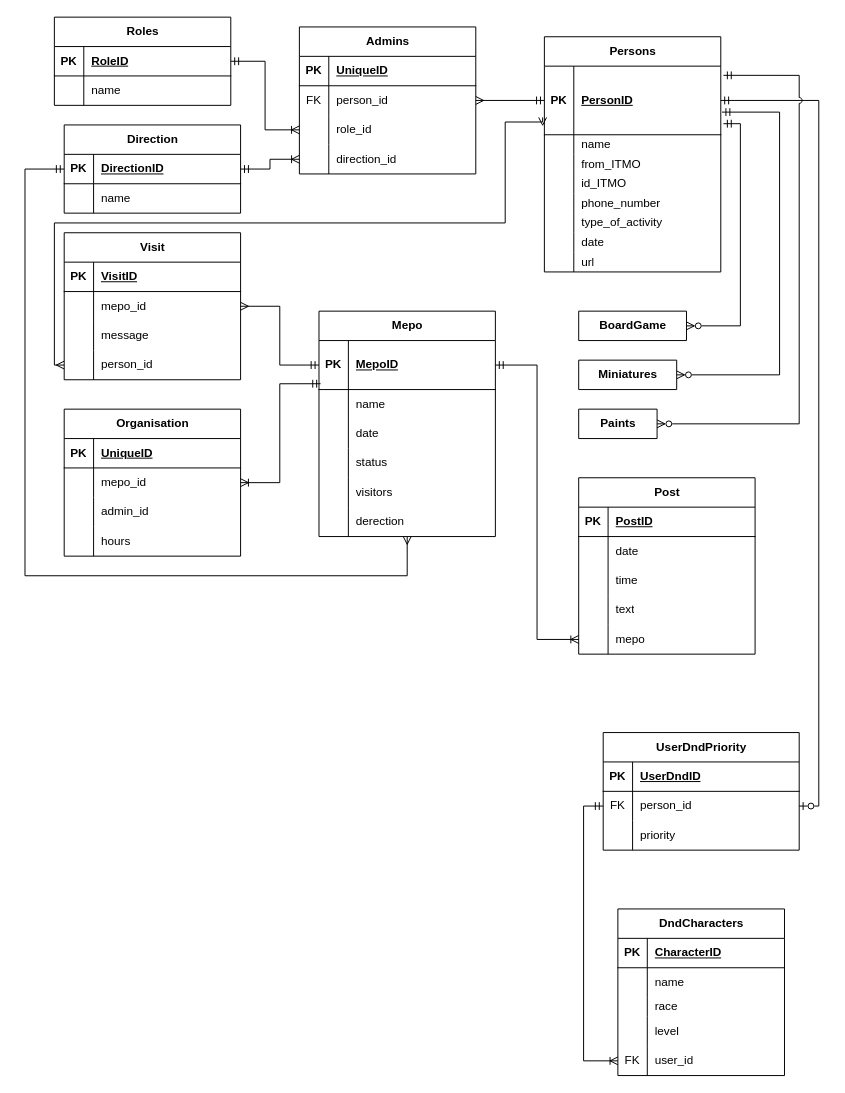
Earlier version of the draw.io diagram venv/Scripts/Тест.drawio (GooDDoGGoD/blog). Source tidied: cells renumbered, new cells numbered last; positions are measured from the earlier drawing's top-left corner, leaving out a move shared by most shapes. Both pictures are drawn from the tidied source at 98%, with x=0, y=0 at pixel (24, 17).
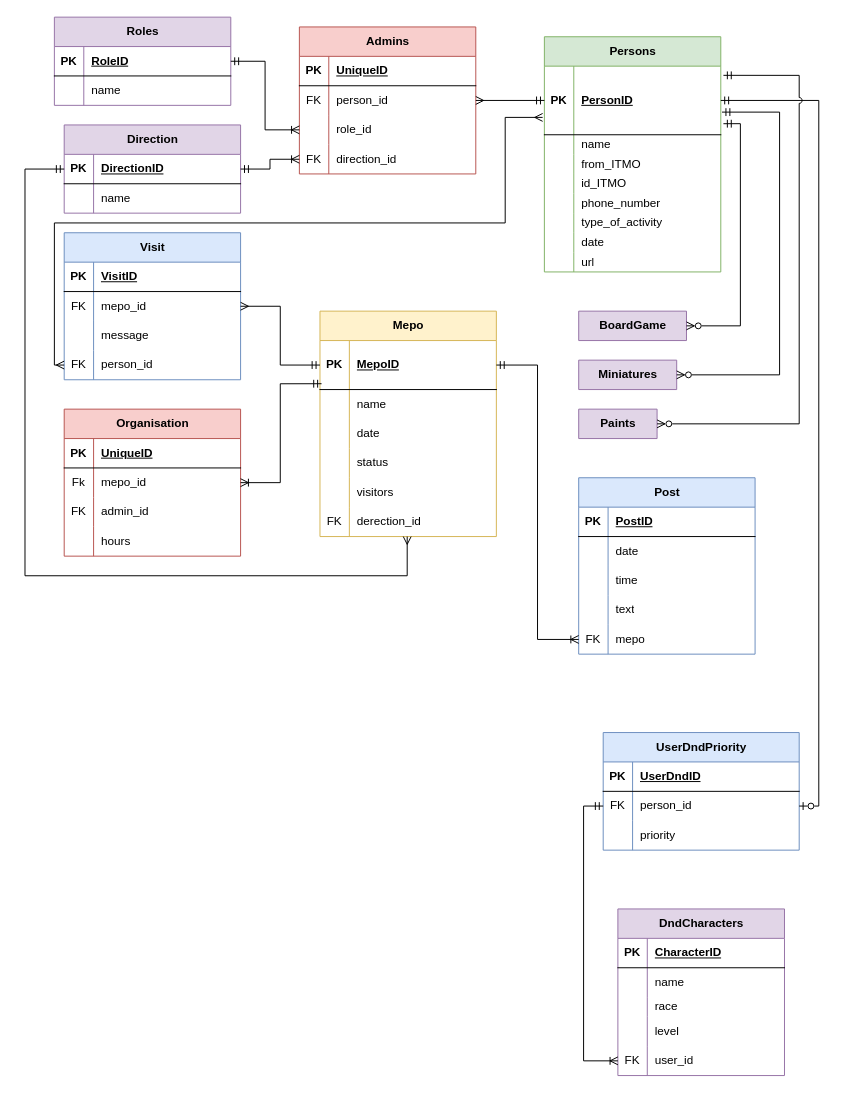
After the change.

Unchanged cells that the change refers to:
```xml
<mxCell id="29" style="shape=tableRow;horizontal=0;startSize=0;swimlaneHead=0;swimlaneBody=0;fillColor=none;points=[[0,0.5],[1,0.5]];portConstraint=eastwest;top=0;left=0;right=0;bottom=1;" parent="28" vertex="1">
  <mxGeometry y="30" width="180" height="70" as="geometry" />
</mxCell>
<mxCell id="70" style="shape=tableRow;horizontal=0;startSize=0;swimlaneHead=0;swimlaneBody=0;fillColor=none;points=[[0,0.5],[1,0.5]];portConstraint=eastwest;top=0;left=0;right=0;bottom=0;" parent="60" vertex="1">
  <mxGeometry y="120" width="180" height="30" as="geometry" />
</mxCell>
<mxCell id="88" style="shape=tableRow;horizontal=0;startSize=0;swimlaneHead=0;swimlaneBody=0;fillColor=none;points=[[0,0.5],[1,0.5]];portConstraint=eastwest;top=0;left=0;right=0;bottom=0;" parent="84" vertex="1">
  <mxGeometry y="60" width="180" height="30" as="geometry" />
</mxCell>
<mxCell id="94" style="shape=tableRow;horizontal=0;startSize=0;swimlaneHead=0;swimlaneBody=0;fillColor=none;points=[[0,0.5],[1,0.5]];portConstraint=eastwest;top=0;left=0;right=0;bottom=0;" parent="84" vertex="1">
  <mxGeometry y="120" width="180" height="30" as="geometry" />
</mxCell>
<mxCell id="113" style="shape=tableRow;horizontal=0;startSize=0;swimlaneHead=0;swimlaneBody=0;fillColor=none;points=[[0,0.5],[1,0.5]];portConstraint=eastwest;top=0;left=0;right=0;bottom=0;" parent="97" vertex="1">
  <mxGeometry y="200" width="180" height="30" as="geometry" />
</mxCell>
<mxCell id="124" style="shape=tableRow;horizontal=0;startSize=0;swimlaneHead=0;swimlaneBody=0;fillColor=none;points=[[0,0.5],[1,0.5]];portConstraint=eastwest;top=0;left=0;right=0;bottom=0;" parent="120" vertex="1">
  <mxGeometry y="60" width="180" height="30" as="geometry" />
</mxCell>
<mxCell id="127" style="shape=tableRow;horizontal=0;startSize=0;swimlaneHead=0;swimlaneBody=0;fillColor=none;top=0;left=0;right=0;bottom=0;" parent="120" vertex="1">
  <mxGeometry y="90" width="180" height="30" as="geometry" />
</mxCell>
<mxCell id="150" style="shape=tableRow;horizontal=0;startSize=0;swimlaneHead=0;swimlaneBody=0;fillColor=none;points=[[0,0.5],[1,0.5]];portConstraint=eastwest;top=0;left=0;right=0;bottom=0;" parent="137" vertex="1">
  <mxGeometry y="150" width="180" height="30" as="geometry" />
</mxCell>
```

The edit, as a diff of the source:
```diff
@@
-    <mxCell id="2" value="UserDndPriority" style="shape=table;startSize=30;childLayout=tableLayout;rowLines=0;fontStyle=1;align=center;html=1;" parent="1" vertex="1">
+    <mxCell id="2" value="UserDndPriority" style="shape=table;startSize=30;childLayout=tableLayout;rowLines=0;fontStyle=1;align=center;html=1;fillColor=#dae8fc;strokeColor=#6c8ebf;" parent="1" vertex="1">
       <mxGeometry x="590" y="730" width="200" height="120" as="geometry" />
     </mxCell>
@@
-    <mxCell id="12" value="DndCharacters" style="shape=table;startSize=30;childLayout=tableLayout;rowLines=0;fontStyle=1;align=center;html=1;" parent="1" vertex="1">
+    <mxCell id="12" value="DndCharacters" style="shape=table;startSize=30;childLayout=tableLayout;rowLines=0;fontStyle=1;align=center;html=1;fillColor=#e1d5e7;strokeColor=#9673a6;" parent="1" vertex="1">
       <mxGeometry x="605" y="910" width="170" height="170" as="geometry" />
     </mxCell>
@@
-    <mxCell id="28" value="Persons" style="shape=table;startSize=30;childLayout=tableLayout;rowLines=0;fontStyle=1;align=center;html=1;" parent="1" vertex="1">
+    <mxCell id="28" value="Persons" style="shape=table;startSize=30;childLayout=tableLayout;rowLines=0;fontStyle=1;align=center;html=1;fillColor=#d5e8d4;strokeColor=#82b366;" parent="1" vertex="1">
       <mxGeometry x="530" y="20" width="180" height="240" as="geometry" />
     </mxCell>
@@
-    <mxCell id="53" value="Roles" style="shape=table;startSize=30;childLayout=tableLayout;rowLines=0;fontStyle=1;align=center;html=1;" parent="1" vertex="1">
+    <mxCell id="53" value="Roles" style="shape=table;startSize=30;childLayout=tableLayout;rowLines=0;fontStyle=1;align=center;html=1;fillColor=#e1d5e7;strokeColor=#9673a6;" parent="1" vertex="1">
       <mxGeometry x="30" width="180" height="90" as="geometry" />
     </mxCell>
@@
-    <mxCell id="60" value="Admins" style="shape=table;startSize=30;childLayout=tableLayout;rowLines=0;fontStyle=1;align=center;html=1;" parent="1" vertex="1">
+    <mxCell id="60" value="Admins" style="shape=table;startSize=30;childLayout=tableLayout;rowLines=0;fontStyle=1;align=center;html=1;fillColor=#f8cecc;strokeColor=#b85450;" parent="1" vertex="1">
       <mxGeometry x="280" y="10" width="180" height="150" as="geometry" />
     </mxCell>
@@
-    <mxCell id="71" style="shape=partialRectangle;fillColor=none;top=0;left=0;bottom=0;right=0;overflow=hidden;whiteSpace=wrap;html=1;" parent="70" vertex="1">
+    <mxCell id="71" value="FK" style="shape=partialRectangle;fillColor=none;top=0;left=0;bottom=0;right=0;overflow=hidden;whiteSpace=wrap;html=1;" parent="70" vertex="1">
       <mxGeometry width="30" height="30" as="geometry" />
     </mxCell>
@@
-    <mxCell id="73" value="Direction" style="shape=table;startSize=30;childLayout=tableLayout;rowLines=0;fontStyle=1;align=center;html=1;" parent="1" vertex="1">
+    <mxCell id="73" value="Direction" style="shape=table;startSize=30;childLayout=tableLayout;rowLines=0;fontStyle=1;align=center;html=1;fillColor=#e1d5e7;strokeColor=#9673a6;" parent="1" vertex="1">
       <mxGeometry x="40" y="110" width="180" height="90" as="geometry" />
     </mxCell>
@@
-    <mxCell id="84" value="Visit" style="shape=table;startSize=30;childLayout=tableLayout;rowLines=0;fontStyle=1;align=center;html=1;" parent="1" vertex="1">
+    <mxCell id="84" value="Visit" style="shape=table;startSize=30;childLayout=tableLayout;rowLines=0;fontStyle=1;align=center;html=1;fillColor=#dae8fc;strokeColor=#6c8ebf;" parent="1" vertex="1">
       <mxGeometry x="40" y="220" width="180" height="150" as="geometry" />
     </mxCell>
@@
-    <mxCell id="89" style="shape=partialRectangle;fillColor=none;top=0;left=0;bottom=0;right=0;overflow=hidden;whiteSpace=wrap;html=1;" parent="88" vertex="1">
+    <mxCell id="89" value="FK" style="shape=partialRectangle;fillColor=none;top=0;left=0;bottom=0;right=0;overflow=hidden;whiteSpace=wrap;html=1;" parent="88" vertex="1">
       <mxGeometry width="30" height="30" as="geometry" />
     </mxCell>
@@
-    <mxCell id="95" style="shape=partialRectangle;fillColor=none;top=0;left=0;bottom=0;right=0;overflow=hidden;whiteSpace=wrap;html=1;" parent="94" vertex="1">
+    <mxCell id="95" value="FK" style="shape=partialRectangle;fillColor=none;top=0;left=0;bottom=0;right=0;overflow=hidden;whiteSpace=wrap;html=1;" parent="94" vertex="1">
       <mxGeometry width="30" height="30" as="geometry" />
     </mxCell>
@@
-    <mxCell id="97" value="Mepo" style="shape=table;startSize=30;childLayout=tableLayout;rowLines=0;fontStyle=1;align=center;html=1;" parent="1" vertex="1">
-      <mxGeometry x="300" y="300" width="180" height="230" as="geometry" />
+    <mxCell id="97" value="Mepo" style="shape=table;startSize=30;childLayout=tableLayout;rowLines=0;fontStyle=1;align=center;html=1;fillColor=#fff2cc;strokeColor=#d6b656;" parent="1" vertex="1">
+      <mxGeometry x="301" y="300" width="180" height="230" as="geometry" />
     </mxCell>
@@
-    <mxCell id="114" style="shape=partialRectangle;fillColor=none;top=0;left=0;bottom=0;right=0;overflow=hidden;whiteSpace=wrap;html=1;" parent="113" vertex="1">
+    <mxCell id="114" value="FK" style="shape=partialRectangle;fillColor=none;top=0;left=0;bottom=0;right=0;overflow=hidden;whiteSpace=wrap;html=1;" parent="113" vertex="1">
       <mxGeometry width="30" height="30" as="geometry" />
     </mxCell>
-    <mxCell id="115" value="derection" style="shape=partialRectangle;fillColor=none;top=0;left=0;bottom=0;right=0;align=left;spacingLeft=6;overflow=hidden;whiteSpace=wrap;html=1;" parent="113" vertex="1">
+    <mxCell id="115" value="derection_id" style="shape=partialRectangle;fillColor=none;top=0;left=0;bottom=0;right=0;align=left;spacingLeft=6;overflow=hidden;whiteSpace=wrap;html=1;" parent="113" vertex="1">
       <mxGeometry x="30" width="150" height="30" as="geometry" />
     </mxCell>
@@
     <mxCell id="117" style="edgeStyle=orthogonalEdgeStyle;rounded=0;jettySize=auto;html=1;entryX=-0.01;entryY=0.747;entryDx=0;entryDy=0;entryPerimeter=0;startArrow=ERmany;startFill=0;endArrow=ERmany;endFill=0;jumpStyle=arc;" parent="1" edge="1" source="94" target="29">
       <mxGeometry relative="1" as="geometry">
         <Array as="points">
           <mxPoint x="30" y="355" />
           <mxPoint x="30" y="210" />
           <mxPoint x="490" y="210" />
-          <mxPoint x="490" y="107" />
+          <mxPoint x="490" y="102" />
+          <mxPoint x="528" y="102" />
         </Array>
       </mxGeometry>
     </mxCell>
@@
-    <mxCell id="120" value="Organisation" style="shape=table;startSize=30;childLayout=tableLayout;rowLines=0;fontStyle=1;align=center;html=1;" parent="1" vertex="1">
+    <mxCell id="120" value="Organisation" style="shape=table;startSize=30;childLayout=tableLayout;rowLines=0;fontStyle=1;align=center;html=1;fillColor=#f8cecc;strokeColor=#b85450;" parent="1" vertex="1">
       <mxGeometry x="40" y="400" width="180" height="150" as="geometry" />
     </mxCell>
@@
-    <mxCell id="125" style="shape=partialRectangle;fillColor=none;top=0;left=0;bottom=0;right=0;overflow=hidden;whiteSpace=wrap;html=1;" parent="124" vertex="1">
+    <mxCell id="125" value="Fk" style="shape=partialRectangle;fillColor=none;top=0;left=0;bottom=0;right=0;overflow=hidden;whiteSpace=wrap;html=1;" parent="124" vertex="1">
       <mxGeometry width="30" height="30" as="geometry" />
     </mxCell>
@@
-    <mxCell id="128" style="shape=partialRectangle;fillColor=none;top=0;left=0;bottom=0;right=0;overflow=hidden;whiteSpace=wrap;html=1;" parent="127" vertex="1">
+    <mxCell id="128" value="FK" style="shape=partialRectangle;fillColor=none;top=0;left=0;bottom=0;right=0;overflow=hidden;whiteSpace=wrap;html=1;" parent="127" vertex="1">
       <mxGeometry width="30" height="30" as="geometry" />
     </mxCell>
@@
-    <mxCell id="134" value="BoardGame" style="shape=table;startSize=30;childLayout=tableLayout;rowLines=0;fontStyle=1;align=center;html=1;" parent="1" vertex="1" collapsed="1">
+    <mxCell id="134" value="BoardGame" style="shape=table;startSize=30;childLayout=tableLayout;rowLines=0;fontStyle=1;align=center;html=1;fillColor=#e1d5e7;strokeColor=#9673a6;" parent="1" vertex="1" collapsed="1">
       <mxGeometry x="565" y="300" width="110" height="30" as="geometry" />
     </mxCell>
-    <mxCell id="135" value="Miniatures" style="shape=table;startSize=30;childLayout=tableLayout;rowLines=0;fontStyle=1;align=center;html=1;" parent="1" vertex="1" collapsed="1">
+    <mxCell id="135" value="Miniatures" style="shape=table;startSize=30;childLayout=tableLayout;rowLines=0;fontStyle=1;align=center;html=1;fillColor=#e1d5e7;strokeColor=#9673a6;" parent="1" vertex="1" collapsed="1">
       <mxGeometry x="565" y="350" width="100" height="30" as="geometry" />
     </mxCell>
-    <mxCell id="136" value="Paints" style="shape=table;startSize=30;childLayout=tableLayout;rowLines=0;fontStyle=1;align=center;html=1;" parent="1" vertex="1" collapsed="1">
+    <mxCell id="136" value="Paints" style="shape=table;startSize=30;childLayout=tableLayout;rowLines=0;fontStyle=1;align=center;html=1;fillColor=#e1d5e7;strokeColor=#9673a6;" parent="1" vertex="1" collapsed="1">
       <mxGeometry x="565" y="400" width="80" height="30" as="geometry" />
     </mxCell>
-    <mxCell id="137" value="Post" style="shape=table;startSize=30;childLayout=tableLayout;rowLines=0;fontStyle=1;align=center;html=1;" parent="1" vertex="1">
+    <mxCell id="137" value="Post" style="shape=table;startSize=30;childLayout=tableLayout;rowLines=0;fontStyle=1;align=center;html=1;fillColor=#dae8fc;strokeColor=#6c8ebf;" parent="1" vertex="1">
       <mxGeometry x="565" y="470" width="180" height="180" as="geometry" />
     </mxCell>
@@
-    <mxCell id="151" style="shape=partialRectangle;fillColor=none;top=0;left=0;bottom=0;right=0;overflow=hidden;whiteSpace=wrap;html=1;" parent="150" vertex="1">
+    <mxCell id="151" value="FK" style="shape=partialRectangle;fillColor=none;top=0;left=0;bottom=0;right=0;overflow=hidden;whiteSpace=wrap;html=1;" parent="150" vertex="1">
       <mxGeometry width="30" height="30" as="geometry" />
     </mxCell>
```
